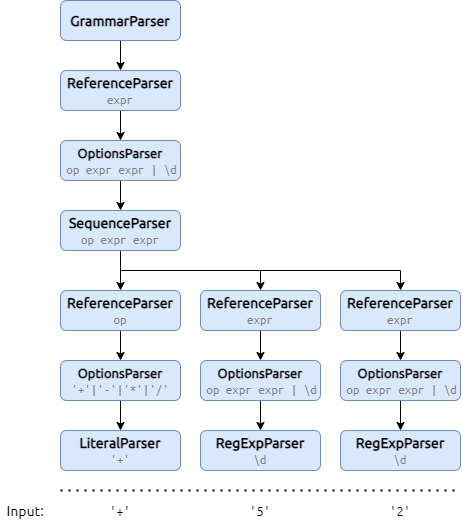
This is img/dataflow-1.png from strblr/pegase, a draw.io export, as it was before one commit. Source tidied: cells renumbered, new cells last; positions are measured from the earlier drawing's top-left corner, leaving out a move shared by most shapes.
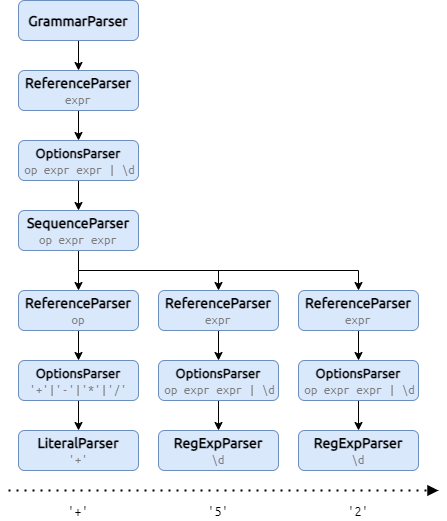
After the change.

Change to the diagram source:
```diff
@@ -17,15 +17,12 @@
     <mxCell id="6" value="'2'" style="text;html=1;strokeColor=none;fillColor=none;align=center;verticalAlign=middle;whiteSpace=wrap;rounded=0;shadow=0;labelBackgroundColor=none;fontFamily=Ubuntu Mono;fontSize=14;fontSource=https%3A%2F%2Ffonts.googleapis.com%2Fcss%3Ffamily%3DUbuntu%2BMono;" parent="1" vertex="1">
       <mxGeometry x="380" y="500" width="40" height="20" as="geometry" />
     </mxCell>
-    <mxCell id="7" style="endArrow=none;dashed=1;html=1;dashPattern=1 3;strokeWidth=2;shadow=0;labelBackgroundColor=none;fontFamily=Ubuntu;fontSource=https%3A%2F%2Ffonts.googleapis.com%2Fcss%3Ffamily%3DUbuntu;fontSize=14;" parent="1" edge="1">
+    <mxCell id="7" style="endArrow=block;dashed=1;html=1;dashPattern=1 3;strokeWidth=2;shadow=0;labelBackgroundColor=none;fontFamily=Ubuntu;fontSource=https%3A%2F%2Ffonts.googleapis.com%2Fcss%3Ffamily%3DUbuntu;fontSize=14;endFill=1;" parent="1" edge="1">
       <mxGeometry relative="1" as="geometry">
-        <mxPoint x="60" y="490" as="sourcePoint" />
-        <mxPoint x="460" y="490" as="targetPoint" />
+        <mxPoint x="50" y="490" as="sourcePoint" />
+        <mxPoint x="480" y="490" as="targetPoint" />
       </mxGeometry>
     </mxCell>
-    <mxCell id="8" value="Input:" style="text;html=1;strokeColor=none;fillColor=none;align=center;verticalAlign=middle;whiteSpace=wrap;rounded=0;shadow=0;labelBackgroundColor=none;fontFamily=Ubuntu;fontSource=https%3A%2F%2Ffonts.googleapis.com%2Fcss%3Ffamily%3DUbuntu;fontSize=14;" parent="1" vertex="1">
-      <mxGeometry y="500" width="50" height="20" as="geometry" />
-    </mxCell>
     <mxCell id="9" style="edgeStyle=orthogonalEdgeStyle;rounded=0;sketch=0;jettySize=auto;html=1;exitX=0.5;exitY=1;exitDx=0;exitDy=0;entryX=0.5;entryY=0;entryDx=0;entryDy=0;shadow=0;labelBackgroundColor=none;fontFamily=Ubuntu Mono;fontSource=https%3A%2F%2Ffonts.googleapis.com%2Fcss%3Ffamily%3DUbuntu%2BMono;fontSize=14;" parent="1" edge="1" source="10" target="20">
       <mxGeometry relative="1" as="geometry" />
     </mxCell>
```
